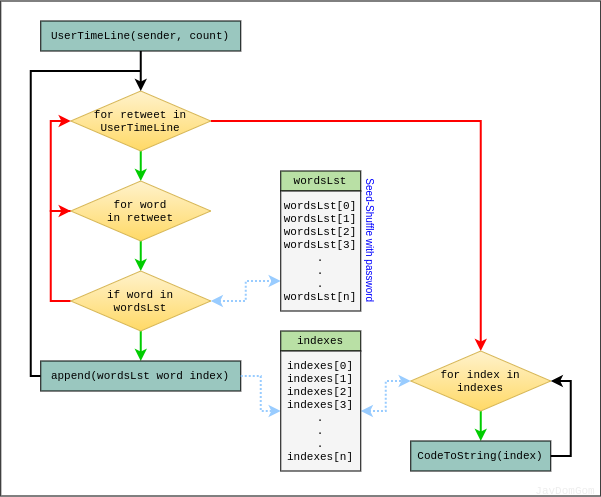
The draw.io diagram img/recieve_00.png in JavDomGom/ste-go-twitter, before a commit. Source tidied: cells renumbered, new cells last; positions are measured from the earlier drawing's top-left corner, leaving out a move shared by most shapes. Source of this version:
```xml
<mxGraphModel>
  <root>
    <mxCell id="0" />
    <mxCell id="1" parent="0" />
    <mxCell id="2" style="rounded=0;whiteSpace=wrap;html=1;fillColor=#ffffff;fontFamily=Courier New;fontSize=8;align=center;" parent="1" vertex="1">
      <mxGeometry x="0.2" y="0.5" width="600" height="495" as="geometry" />
    </mxCell>
    <mxCell id="3" style="edgeStyle=orthogonalEdgeStyle;rounded=0;jettySize=auto;html=1;exitX=0.5;exitY=1;exitDx=0;exitDy=0;entryX=0.5;entryY=0;entryDx=0;entryDy=0;startArrow=none;startFill=0;endArrow=classic;endFill=1;strokeWidth=2;fontSize=11;fontColor=#000000;strokeColor=#00CC00;" parent="1" edge="1" source="5" target="10">
      <mxGeometry relative="1" as="geometry" />
    </mxCell>
    <mxCell id="4" style="edgeStyle=orthogonalEdgeStyle;rounded=0;jettySize=auto;html=1;exitX=1;exitY=0.5;exitDx=0;exitDy=0;startArrow=none;startFill=0;endArrow=classic;endFill=1;strokeColor=#FF0000;strokeWidth=2;fontSize=11;fontColor=#000000;entryX=0.5;entryY=0;entryDx=0;entryDy=0;" parent="1" edge="1" source="5" target="19">
      <mxGeometry relative="1" as="geometry" />
    </mxCell>
    <mxCell id="5" value="for retweet in&lt;br style=&quot;font-size: 11px&quot;&gt;UserTimeLine" style="rhombus;whiteSpace=wrap;html=1;shadow=0;glass=0;labelBackgroundColor=none;fontFamily=Courier New;fontSize=11;align=center;gradientColor=#ffd966;fillColor=#fff2cc;strokeColor=#d6b656;" parent="1" vertex="1">
      <mxGeometry x="70.2" y="90.5" width="140" height="60" as="geometry" />
    </mxCell>
    <mxCell id="6" style="edgeStyle=orthogonalEdgeStyle;rounded=0;jettySize=auto;html=1;exitX=0.5;exitY=1;exitDx=0;exitDy=0;entryX=0.5;entryY=0;entryDx=0;entryDy=0;startArrow=none;startFill=0;endArrow=classic;endFill=1;strokeWidth=2;fontSize=11;fontColor=#000000;" parent="1" edge="1" source="7" target="5">
      <mxGeometry relative="1" as="geometry" />
    </mxCell>
    <mxCell id="7" value="UserTimeLine(sender, count)" style="rounded=0;whiteSpace=wrap;html=1;shadow=0;glass=0;labelBackgroundColor=none;strokeColor=#000000;fontFamily=Courier New;fontSize=11;fontColor=#000000;align=center;fillColor=#9AC7BF;" parent="1" vertex="1">
      <mxGeometry x="40.2" y="20.5" width="200" height="30" as="geometry" />
    </mxCell>
    <mxCell id="8" style="edgeStyle=orthogonalEdgeStyle;rounded=0;jettySize=auto;html=1;exitX=0;exitY=0.5;exitDx=0;exitDy=0;entryX=0;entryY=0.5;entryDx=0;entryDy=0;startArrow=none;startFill=0;endArrow=classic;endFill=1;strokeWidth=2;fontSize=11;fontColor=#000000;strokeColor=#FF0000;" parent="1" edge="1" source="10" target="5">
      <mxGeometry relative="1" as="geometry">
        <Array as="points">
          <mxPoint x="50.2" y="210.5" />
          <mxPoint x="50.2" y="120.5" />
        </Array>
      </mxGeometry>
    </mxCell>
    <mxCell id="9" style="edgeStyle=orthogonalEdgeStyle;rounded=0;jettySize=auto;html=1;exitX=0.5;exitY=1;exitDx=0;exitDy=0;entryX=0.5;entryY=0;entryDx=0;entryDy=0;startArrow=none;startFill=0;endArrow=classic;endFill=1;strokeWidth=2;fontSize=11;fontColor=#000000;strokeColor=#00CC00;" parent="1" edge="1" source="10" target="14">
      <mxGeometry relative="1" as="geometry" />
    </mxCell>
    <mxCell id="10" value="for word&lt;br style=&quot;font-size: 11px&quot;&gt;in retweet" style="rhombus;whiteSpace=wrap;html=1;shadow=0;glass=0;labelBackgroundColor=none;fontFamily=Courier New;fontSize=11;align=center;gradientColor=#ffd966;fillColor=#fff2cc;strokeColor=#d6b656;" parent="1" vertex="1">
      <mxGeometry x="70.2" y="180.5" width="140" height="60" as="geometry" />
    </mxCell>
    <mxCell id="11" style="edgeStyle=orthogonalEdgeStyle;rounded=0;jettySize=auto;html=1;exitX=1;exitY=0.5;exitDx=0;exitDy=0;startArrow=classic;startFill=1;strokeWidth=2;fontSize=12;fontColor=#000000;dashed=1;dashPattern=1 1;strokeColor=#99CCFF;entryX=0;entryY=0.75;entryDx=0;entryDy=0;" parent="1" edge="1" source="14" target="25">
      <mxGeometry relative="1" as="geometry" />
    </mxCell>
    <mxCell id="12" style="edgeStyle=orthogonalEdgeStyle;rounded=0;jettySize=auto;html=1;exitX=0.5;exitY=1;exitDx=0;exitDy=0;startArrow=none;startFill=0;endArrow=classic;endFill=1;strokeColor=#00CC00;strokeWidth=2;fontSize=11;fontColor=#000000;" parent="1" edge="1" source="14" target="16">
      <mxGeometry relative="1" as="geometry" />
    </mxCell>
    <mxCell id="13" style="edgeStyle=orthogonalEdgeStyle;rounded=0;jettySize=auto;html=1;exitX=0;exitY=0.5;exitDx=0;exitDy=0;entryX=0;entryY=0.5;entryDx=0;entryDy=0;startArrow=none;startFill=0;endArrow=classic;endFill=1;strokeWidth=2;fontSize=11;fontColor=#000000;strokeColor=#FF0000;" parent="1" edge="1" source="14" target="10">
      <mxGeometry relative="1" as="geometry" />
    </mxCell>
    <mxCell id="14" value="if word in&lt;br style=&quot;font-size: 11px;&quot;&gt;wordsLst" style="rhombus;whiteSpace=wrap;html=1;shadow=0;glass=0;labelBackgroundColor=none;fontFamily=Courier New;fontSize=11;align=center;gradientColor=#ffd966;fillColor=#fff2cc;strokeColor=#d6b656;" parent="1" vertex="1">
      <mxGeometry x="70.2" y="270.5" width="140" height="60" as="geometry" />
    </mxCell>
    <mxCell id="15" style="edgeStyle=orthogonalEdgeStyle;rounded=0;jettySize=auto;html=1;exitX=0;exitY=0.5;exitDx=0;exitDy=0;startArrow=none;startFill=0;endArrow=none;endFill=0;strokeWidth=2;fontSize=11;fontColor=#000000;" parent="1" edge="1" source="16">
      <mxGeometry relative="1" as="geometry">
        <mxPoint x="140.2" y="70.5" as="targetPoint" />
        <Array as="points">
          <mxPoint x="30.2" y="375.5" />
          <mxPoint x="30.2" y="70.5" />
        </Array>
      </mxGeometry>
    </mxCell>
    <mxCell id="16" value="append(wordsLst&amp;nbsp;word index)" style="rounded=0;whiteSpace=wrap;html=1;shadow=0;glass=0;labelBackgroundColor=none;strokeColor=#000000;fontFamily=Courier New;fontSize=11;fontColor=#000000;align=center;fillColor=#9AC7BF;" parent="1" vertex="1">
      <mxGeometry x="40.2" y="360.5" width="200" height="30" as="geometry" />
    </mxCell>
    <mxCell id="17" style="edgeStyle=orthogonalEdgeStyle;rounded=0;jettySize=auto;html=1;exitX=1;exitY=0.5;exitDx=0;exitDy=0;startArrow=none;startFill=0;strokeWidth=2;fontSize=12;fontColor=#000000;dashed=1;dashPattern=1 1;strokeColor=#99CCFF;entryX=0;entryY=0.5;entryDx=0;entryDy=0;" parent="1" edge="1" source="16" target="28">
      <mxGeometry relative="1" as="geometry" />
    </mxCell>
    <mxCell id="18" style="edgeStyle=orthogonalEdgeStyle;rounded=0;jettySize=auto;html=1;exitX=0.5;exitY=1;exitDx=0;exitDy=0;startArrow=none;startFill=0;endArrow=classic;endFill=1;strokeWidth=2;fontSize=11;fontColor=#000000;strokeColor=#00CC00;" parent="1" edge="1" source="19" target="22">
      <mxGeometry relative="1" as="geometry" />
    </mxCell>
    <mxCell id="19" value="for index in&lt;br style=&quot;font-size: 11px&quot;&gt;indexes" style="rhombus;whiteSpace=wrap;html=1;shadow=0;glass=0;labelBackgroundColor=none;fontFamily=Courier New;fontSize=11;align=center;gradientColor=#ffd966;fillColor=#fff2cc;strokeColor=#d6b656;" parent="1" vertex="1">
      <mxGeometry x="410.2" y="350.5" width="140" height="60" as="geometry" />
    </mxCell>
    <mxCell id="20" style="edgeStyle=orthogonalEdgeStyle;rounded=0;jettySize=auto;html=1;exitX=1;exitY=0.5;exitDx=0;exitDy=0;startArrow=classic;startFill=1;strokeWidth=2;fontSize=12;fontColor=#000000;dashed=1;dashPattern=1 1;strokeColor=#99CCFF;entryX=0;entryY=0.5;entryDx=0;entryDy=0;" parent="1" edge="1" source="28" target="19">
      <mxGeometry relative="1" as="geometry" />
    </mxCell>
    <mxCell id="21" style="edgeStyle=orthogonalEdgeStyle;rounded=0;jettySize=auto;html=1;exitX=1;exitY=0.5;exitDx=0;exitDy=0;entryX=1;entryY=0.5;entryDx=0;entryDy=0;strokeWidth=2;" parent="1" edge="1" source="22" target="19">
      <mxGeometry relative="1" as="geometry" />
    </mxCell>
    <mxCell id="22" value="CodeToString(index)" style="rounded=0;whiteSpace=wrap;html=1;shadow=0;glass=0;labelBackgroundColor=none;strokeColor=#000000;fontFamily=Courier New;fontSize=11;fontColor=#000000;align=center;fillColor=#9AC7BF;" parent="1" vertex="1">
      <mxGeometry x="410.2" y="440.5" width="140" height="30" as="geometry" />
    </mxCell>
    <mxCell id="23" style="group;" parent="1" vertex="1">
      <mxGeometry x="280.2" y="170.5" width="80" height="140" as="geometry" />
    </mxCell>
    <mxCell id="24" value="wordsLst" style="rounded=0;whiteSpace=wrap;html=1;shadow=0;glass=0;labelBackgroundColor=none;strokeColor=#000000;fontFamily=Courier New;fontSize=11;fontColor=#000000;align=center;fillColor=#B9E0A5;" parent="23" vertex="1">
      <mxGeometry width="80" height="20" as="geometry" />
    </mxCell>
    <mxCell id="25" value="wordsLst[0]&lt;br style=&quot;font-size: 11px;&quot;&gt;wordsLst[1]&lt;br style=&quot;font-size: 11px;&quot;&gt;wordsLst[2]&lt;br style=&quot;font-size: 11px;&quot;&gt;wordsLst[3]&lt;br style=&quot;font-size: 11px;&quot;&gt;.&lt;br style=&quot;font-size: 11px;&quot;&gt;.&lt;br style=&quot;font-size: 11px;&quot;&gt;.&lt;br style=&quot;font-size: 11px;&quot;&gt;wordsLst[n]" style="rounded=0;whiteSpace=wrap;html=1;shadow=0;glass=0;labelBackgroundColor=none;strokeColor=#000000;fontFamily=Courier New;fontSize=11;fontColor=#000000;align=center;fillColor=#F5F5F5;" parent="23" vertex="1">
      <mxGeometry y="20" width="80" height="120" as="geometry" />
    </mxCell>
    <mxCell id="26" style="group;" parent="1" vertex="1">
      <mxGeometry x="280.2" y="330.5" width="290" height="160" as="geometry" />
    </mxCell>
    <mxCell id="27" value="indexes" style="rounded=0;whiteSpace=wrap;html=1;shadow=0;glass=0;labelBackgroundColor=none;strokeColor=#000000;fontFamily=Courier New;fontSize=11;fontColor=#000000;align=center;fillColor=#B9E0A5;" parent="26" vertex="1">
      <mxGeometry width="80" height="20" as="geometry" />
    </mxCell>
    <mxCell id="28" value="indexes[0]&lt;br style=&quot;font-size: 11px&quot;&gt;indexes[1]&lt;br style=&quot;font-size: 11px&quot;&gt;indexes[2]&lt;br style=&quot;font-size: 11px&quot;&gt;indexes[3]&lt;br style=&quot;font-size: 11px&quot;&gt;.&lt;br style=&quot;font-size: 11px&quot;&gt;.&lt;br style=&quot;font-size: 11px&quot;&gt;.&lt;br style=&quot;font-size: 11px&quot;&gt;indexes[n]" style="rounded=0;whiteSpace=wrap;html=1;shadow=0;glass=0;labelBackgroundColor=none;strokeColor=#000000;fontFamily=Courier New;fontSize=11;fontColor=#000000;align=center;fillColor=#F5F5F5;" parent="26" vertex="1">
      <mxGeometry y="20" width="80" height="120" as="geometry" />
    </mxCell>
    <mxCell id="29" value="Seed-Shuffle with password" style="text;html=1;strokeColor=none;fillColor=none;align=center;verticalAlign=middle;whiteSpace=wrap;rounded=0;fontSize=10;rotation=90;fontColor=#0000FF;" parent="1" vertex="1">
      <mxGeometry x="300.2" y="230.5" width="140" height="20" as="geometry" />
    </mxCell>
    <mxCell id="30" value="JavDomGom" style="text;html=1;strokeColor=none;fillColor=none;align=center;verticalAlign=middle;whiteSpace=wrap;rounded=0;fontFamily=Courier New;fontSize=11;glass=0;shadow=0;labelBorderColor=none;labelBackgroundColor=none;fontColor=#EDEDED;" parent="1" vertex="1">
      <mxGeometry x="530.2" y="485.5" width="70" height="10" as="geometry" />
    </mxCell>
  </root>
</mxGraphModel>
```
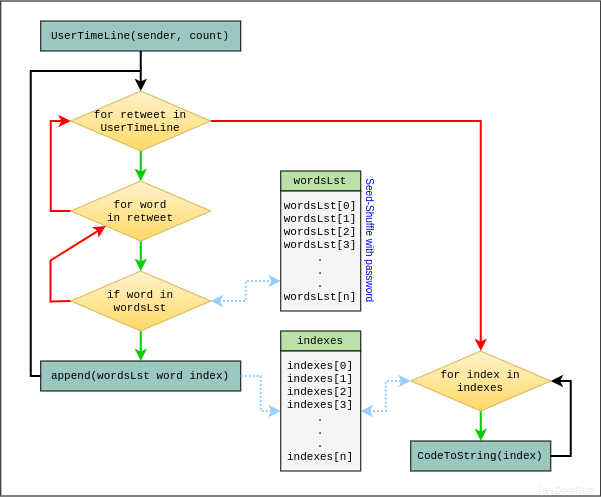
After the change.

What changed in the source:
```diff
@@ -40,8 +40,13 @@
     <mxCell id="12" style="edgeStyle=orthogonalEdgeStyle;rounded=0;jettySize=auto;html=1;exitX=0.5;exitY=1;exitDx=0;exitDy=0;startArrow=none;startFill=0;endArrow=classic;endFill=1;strokeColor=#00CC00;strokeWidth=2;fontSize=11;fontColor=#000000;" parent="1" edge="1" source="14" target="16">
       <mxGeometry relative="1" as="geometry" />
     </mxCell>
-    <mxCell id="13" style="edgeStyle=orthogonalEdgeStyle;rounded=0;jettySize=auto;html=1;exitX=0;exitY=0.5;exitDx=0;exitDy=0;entryX=0;entryY=0.5;entryDx=0;entryDy=0;startArrow=none;startFill=0;endArrow=classic;endFill=1;strokeWidth=2;fontSize=11;fontColor=#000000;strokeColor=#FF0000;" parent="1" edge="1" source="14" target="10">
-      <mxGeometry relative="1" as="geometry" />
+    <mxCell id="13" style="rounded=0;jettySize=auto;html=1;exitX=0;exitY=0.5;exitDx=0;exitDy=0;entryX=0;entryY=1;entryDx=0;entryDy=0;startArrow=none;startFill=0;endArrow=classic;endFill=1;strokeWidth=2;fontSize=11;fontColor=#000000;strokeColor=#FF0000;" parent="1" edge="1" source="14" target="10">
+      <mxGeometry relative="1" as="geometry">
+        <Array as="points">
+          <mxPoint x="50" y="301" />
+          <mxPoint x="50" y="260" />
+        </Array>
+      </mxGeometry>
     </mxCell>
     <mxCell id="14" value="if word in&lt;br style=&quot;font-size: 11px;&quot;&gt;wordsLst" style="rhombus;whiteSpace=wrap;html=1;shadow=0;glass=0;labelBackgroundColor=none;fontFamily=Courier New;fontSize=11;align=center;gradientColor=#ffd966;fillColor=#fff2cc;strokeColor=#d6b656;" parent="1" vertex="1">
       <mxGeometry x="70.2" y="270.5" width="140" height="60" as="geometry" />
```
